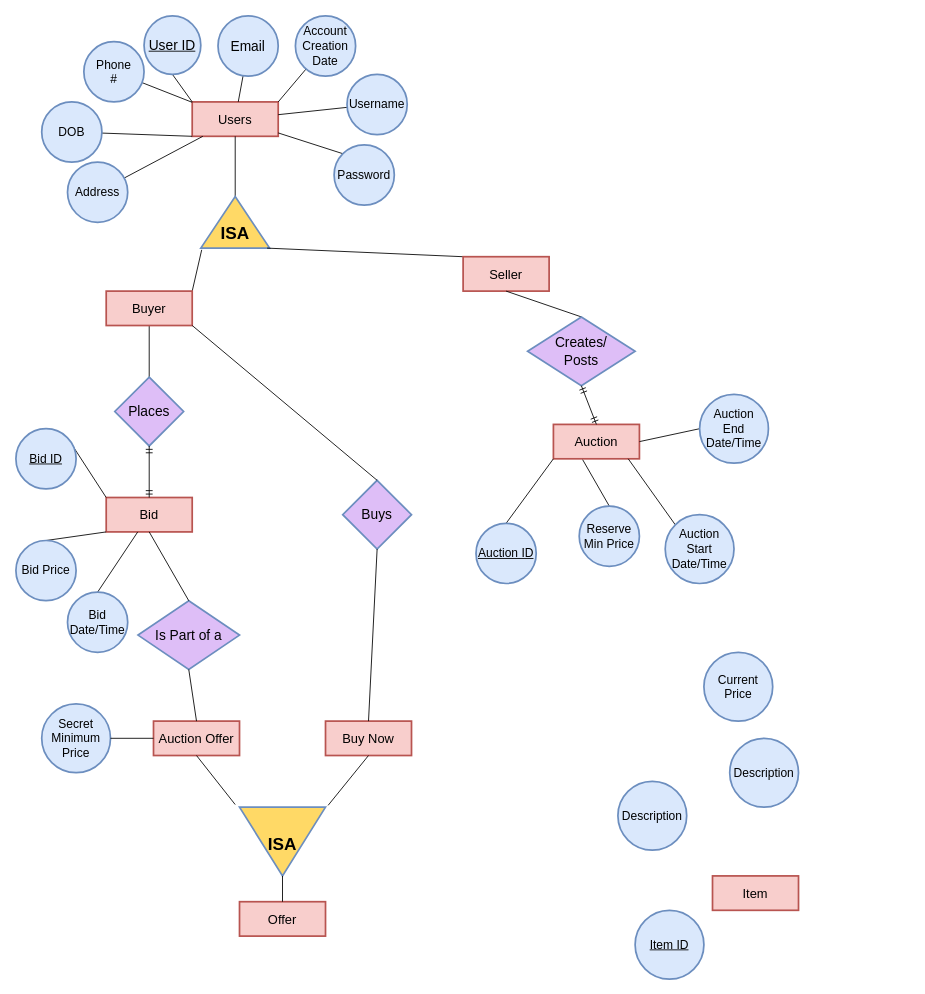
EthanDamien/DataManagementProject keeps this draw.io diagram as page "Ebay" (1 of 3) of ERdiagram.drawio. Above is the earlier version. Source tidied: cells renumbered, new cells numbered last; positions are measured from the earlier drawing's top-left corner, leaving out a move shared by most shapes. Both pictures are drawn from the tidied source at 86%, with x=0, y=0 at pixel (15, 15).
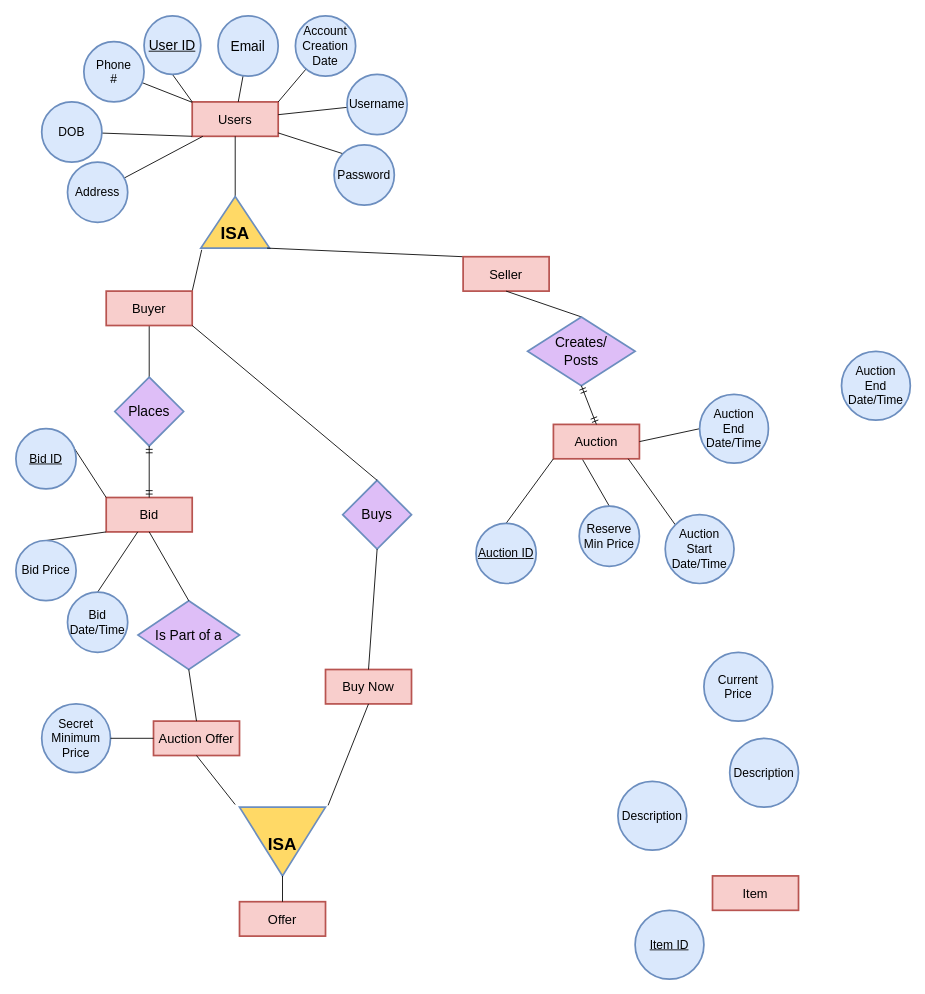
The same page after the edit.

Change to the diagram source:
```diff
@@
     <mxCell id="53" value="Buy Now" style="strokeWidth=2;whiteSpace=wrap;html=1;align=center;fontSize=15;fontFamily=Helvetica;strokeColor=#b85450;fillColor=#f8cecc;fontStyle=0;" parent="1" vertex="1">
-      <mxGeometry x="360" y="820" width="100" height="40" as="geometry" />
+      <mxGeometry x="360" y="760" width="100" height="40" as="geometry" />
     </mxCell>
@@
+    <mxCell id="67" value="&lt;span style=&quot;font-size: 14px&quot;&gt;Auction&lt;br&gt;End&lt;br&gt;Date/Time&lt;br&gt;&lt;/span&gt;" style="ellipse;whiteSpace=wrap;html=1;strokeColor=#6c8ebf;fillColor=#dae8fc;fontSize=10;strokeWidth=2;" parent="1" vertex="1">
+      <mxGeometry x="960" y="390" width="80" height="80" as="geometry" />
+    </mxCell>
```
